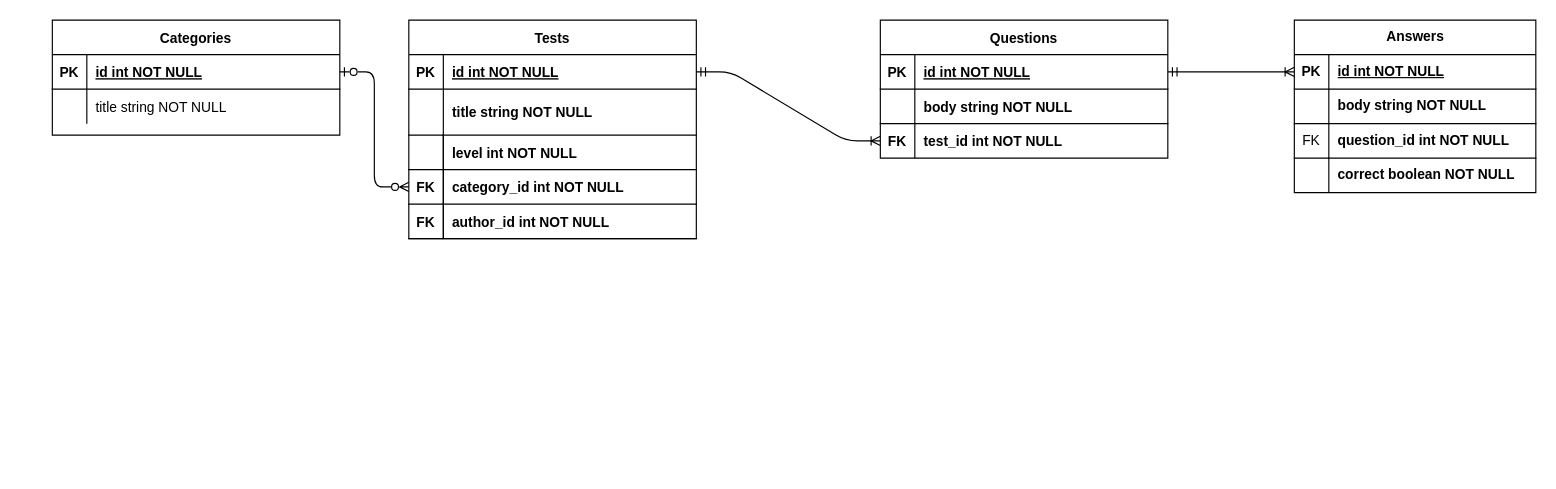
Earlier version of the draw.io diagram Диаграмма без названия.drawio (s-lexx/TestGuru). Source tidied: cells renumbered, new cells numbered last; positions are measured from the earlier drawing's top-left corner, leaving out a move shared by most shapes. Both pictures are drawn from the tidied source at 115%, with x=0, y=0 at pixel (52, 20).
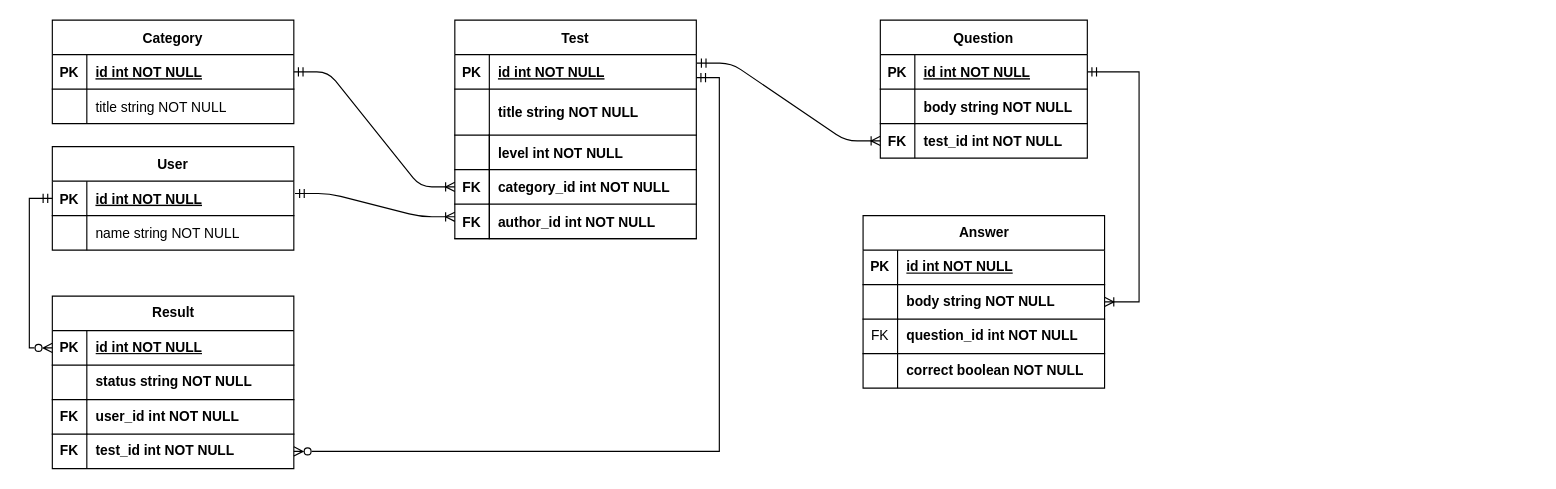
Above is the later version.

Unchanged cells that the change refers to:
```xml
<mxCell id="38" style="shape=tableRow;horizontal=0;startSize=0;swimlaneHead=0;swimlaneBody=0;fillColor=none;points=[[0,0.5],[1,0.5]];portConstraint=eastwest;top=0;left=0;right=0;bottom=1;" parent="37" vertex="1">
  <mxGeometry y="30" width="210" height="30" as="geometry" />
</mxCell>
<mxCell id="41" style="shape=tableRow;horizontal=0;startSize=0;swimlaneHead=0;swimlaneBody=0;fillColor=none;points=[[0,0.5],[1,0.5]];portConstraint=eastwest;top=0;left=0;right=0;bottom=0;" parent="37" vertex="1">
  <mxGeometry y="60" width="210" height="30" as="geometry" />
</mxCell>
```

Change to the diagram source:
```diff
@@
-    <mxCell id="2" style="edgeStyle=entityRelationEdgeStyle;endArrow=ERzeroToMany;startArrow=ERzeroToOne;endFill=0;startFill=0;entryX=0;entryY=0.5;entryDx=0;entryDy=0;" parent="1" edge="1" source="5" target="21">
+    <mxCell id="2" style="edgeStyle=entityRelationEdgeStyle;endArrow=ERoneToMany;startArrow=ERmandOne;endFill=0;startFill=0;entryX=0;entryY=0.5;entryDx=0;entryDy=0;" parent="1" edge="1" source="5" target="21">
       <mxGeometry relative="1" as="geometry">
         <Array as="points">
           <mxPoint x="410" y="130" />
         </Array>
       </mxGeometry>
     </mxCell>
-    <mxCell id="3" style="edgeStyle=entityRelationEdgeStyle;endArrow=ERoneToMany;startArrow=ERmandOne;endFill=0;startFill=0;exitX=1;exitY=0.5;exitDx=0;exitDy=0;entryX=0;entryY=0.5;entryDx=0;entryDy=0;" parent="1" edge="1" source="12" target="34">
+    <mxCell id="3" style="edgeStyle=entityRelationEdgeStyle;endArrow=ERoneToMany;startArrow=ERmandOne;endFill=0;startFill=0;exitX=1.002;exitY=0.248;exitDx=0;exitDy=0;entryX=0;entryY=0.5;entryDx=0;entryDy=0;exitPerimeter=0;" parent="1" edge="1" source="12" target="34">
       <mxGeometry relative="1" as="geometry" />
     </mxCell>
-    <mxCell id="4" value="Categories" style="shape=table;startSize=30;childLayout=tableLayout;rowLines=0;fontStyle=1;align=center;" parent="1" vertex="1">
-      <mxGeometry width="250" height="100" as="geometry" />
+    <mxCell id="4" value="Category" style="shape=table;startSize=30;childLayout=tableLayout;rowLines=0;fontStyle=1;align=center;" parent="1" vertex="1">
+      <mxGeometry width="210" height="90" as="geometry" />
     </mxCell>
     <mxCell id="5" style="shape=partialRectangle;fillColor=none;points=[[0,0.5],[1,0.5]];portConstraint=eastwest;top=0;left=0;right=0;bottom=1;" parent="4" vertex="1">
-      <mxGeometry y="30" width="250" height="30" as="geometry" />
+      <mxGeometry y="30" width="210" height="30" as="geometry" />
     </mxCell>
@@
     <mxCell id="7" value="id int NOT NULL " style="shape=partialRectangle;overflow=hidden;fillColor=none;top=0;left=0;bottom=0;right=0;align=left;spacingLeft=6;fontStyle=5;" parent="5" vertex="1">
-      <mxGeometry x="30" width="220" height="30" as="geometry" />
+      <mxGeometry x="30" width="180" height="30" as="geometry" />
     </mxCell>
     <mxCell id="8" style="shape=partialRectangle;fillColor=none;top=0;left=0;right=0;bottom=0;" parent="4" vertex="1">
-      <mxGeometry y="60" width="250" height="30" as="geometry" />
+      <mxGeometry y="60" width="210" height="30" as="geometry" />
     </mxCell>
@@
     <mxCell id="10" value="title string NOT NULL" style="shape=partialRectangle;overflow=hidden;fillColor=none;top=0;left=0;bottom=0;right=0;align=left;spacingLeft=6;" parent="8" vertex="1">
-      <mxGeometry x="30" width="220" height="30" as="geometry" />
+      <mxGeometry x="30" width="180" height="30" as="geometry" />
     </mxCell>
-    <mxCell id="11" value="Tests" style="shape=table;startSize=30;childLayout=tableLayout;rowLines=0;fontStyle=1;align=center;swimlaneLine=1;" parent="1" vertex="1">
-      <mxGeometry x="310" width="250" height="190" as="geometry" />
+    <mxCell id="11" value="Test" style="shape=table;startSize=30;childLayout=tableLayout;rowLines=0;fontStyle=1;align=center;swimlaneLine=1;" parent="1" vertex="1">
+      <mxGeometry x="350" width="210" height="190" as="geometry" />
     </mxCell>
     <mxCell id="12" style="shape=partialRectangle;fillColor=none;points=[[0,0.5],[1,0.5]];portConstraint=eastwest;top=0;left=0;right=0;bottom=1;" parent="11" vertex="1">
-      <mxGeometry y="30" width="250" height="30" as="geometry" />
+      <mxGeometry y="30" width="210" height="30" as="geometry" />
     </mxCell>
@@
     <mxCell id="14" value="id int NOT NULL " style="shape=partialRectangle;overflow=hidden;fillColor=none;top=0;left=0;bottom=0;right=0;align=left;spacingLeft=6;fontStyle=5;" parent="12" vertex="1">
-      <mxGeometry x="30" width="220" height="30" as="geometry" />
+      <mxGeometry x="30" width="180" height="30" as="geometry" />
     </mxCell>
     <mxCell id="15" style="shape=partialRectangle;fillColor=none;top=0;left=0;right=0;bottom=0;" parent="11" vertex="1">
-      <mxGeometry y="60" width="250" height="40" as="geometry" />
+      <mxGeometry y="60" width="210" height="40" as="geometry" />
     </mxCell>
@@
     <mxCell id="17" value="title string NOT NULL" style="shape=partialRectangle;overflow=hidden;fillColor=none;top=0;left=0;bottom=1;right=0;align=left;spacingLeft=6;fontStyle=1;" parent="15" vertex="1">
-      <mxGeometry x="30" width="220" height="40" as="geometry" />
+      <mxGeometry x="30" width="180" height="40" as="geometry" />
     </mxCell>
     <mxCell id="18" style="shape=partialRectangle;fillColor=none;top=0;left=0;right=0;bottom=0;" parent="11" vertex="1">
-      <mxGeometry y="100" width="250" height="30" as="geometry" />
+      <mxGeometry y="100" width="210" height="30" as="geometry" />
     </mxCell>
@@
     <mxCell id="20" value="level int NOT NULL" style="shape=partialRectangle;overflow=hidden;fillColor=none;top=0;left=0;bottom=1;right=0;align=left;spacingLeft=6;fontStyle=1;" parent="18" vertex="1">
-      <mxGeometry x="30" width="220" height="30" as="geometry" />
+      <mxGeometry x="30" width="180" height="30" as="geometry" />
     </mxCell>
     <mxCell id="21" style="shape=partialRectangle;fillColor=none;points=[[0,0.5],[1,0.5]];portConstraint=eastwest;top=0;left=0;right=0;bottom=0;" parent="11" vertex="1">
-      <mxGeometry y="130" width="250" height="30" as="geometry" />
+      <mxGeometry y="130" width="210" height="30" as="geometry" />
     </mxCell>
@@
     <mxCell id="23" value="category_id int NOT NULL" style="shape=partialRectangle;overflow=hidden;fillColor=none;top=0;left=0;bottom=1;right=0;align=left;spacingLeft=6;fontStyle=1;" parent="21" vertex="1">
-      <mxGeometry x="30" width="220" height="30" as="geometry" />
+      <mxGeometry x="30" width="180" height="30" as="geometry" />
     </mxCell>
     <mxCell id="24" style="shape=partialRectangle;fillColor=none;top=0;left=0;right=0;bottom=0;" parent="11" vertex="1">
-      <mxGeometry y="160" width="250" height="30" as="geometry" />
+      <mxGeometry y="160" width="210" height="30" as="geometry" />
     </mxCell>
@@
     <mxCell id="26" value="author_id int NOT NULL" style="shape=partialRectangle;overflow=hidden;fillColor=none;top=0;left=0;bottom=1;right=0;align=left;spacingLeft=6;fontStyle=1;" parent="24" vertex="1">
-      <mxGeometry x="30" width="220" height="30" as="geometry" />
+      <mxGeometry x="30" width="180" height="30" as="geometry" />
     </mxCell>
-    <mxCell id="27" value="Questions" style="shape=table;startSize=30;childLayout=tableLayout;rowLines=0;fontStyle=1;align=center;" parent="1" vertex="1">
-      <mxGeometry x="720" width="250" height="120" as="geometry" />
+    <mxCell id="27" value="Question" style="shape=table;startSize=30;childLayout=tableLayout;rowLines=0;fontStyle=1;align=center;" parent="1" vertex="1">
+      <mxGeometry x="720" width="180" height="120" as="geometry" />
     </mxCell>
     <mxCell id="28" style="shape=partialRectangle;fillColor=none;points=[[0,0.5],[1,0.5]];portConstraint=eastwest;top=0;left=0;right=0;bottom=1;" parent="27" vertex="1">
-      <mxGeometry y="30" width="250" height="30" as="geometry" />
+      <mxGeometry y="30" width="180" height="30" as="geometry" />
     </mxCell>
@@
     <mxCell id="30" value="id int NOT NULL " style="shape=partialRectangle;overflow=hidden;fillColor=none;top=0;left=0;bottom=0;right=0;align=left;spacingLeft=6;fontStyle=5;" parent="28" vertex="1">
-      <mxGeometry x="30" width="220" height="30" as="geometry" />
+      <mxGeometry x="30" width="150" height="30" as="geometry" />
     </mxCell>
     <mxCell id="31" style="shape=partialRectangle;fillColor=none;top=0;left=0;right=0;bottom=0;" parent="27" vertex="1">
-      <mxGeometry y="60" width="250" height="30" as="geometry" />
+      <mxGeometry y="60" width="180" height="30" as="geometry" />
     </mxCell>
@@
     <mxCell id="33" value="body string NOT NULL" style="shape=partialRectangle;overflow=hidden;fillColor=none;top=0;left=0;bottom=1;right=0;align=left;spacingLeft=6;fontStyle=1;" parent="31" vertex="1">
-      <mxGeometry x="30" width="220" height="30" as="geometry" />
+      <mxGeometry x="30" width="150" height="30" as="geometry" />
     </mxCell>
     <mxCell id="34" style="shape=partialRectangle;fillColor=none;points=[[0,0.5],[1,0.5]];portConstraint=eastwest;top=0;left=0;right=0;bottom=0;" parent="27" vertex="1">
-      <mxGeometry y="90" width="250" height="30" as="geometry" />
+      <mxGeometry y="90" width="180" height="30" as="geometry" />
     </mxCell>
@@
     <mxCell id="36" value="test_id int NOT NULL" style="shape=partialRectangle;overflow=hidden;fillColor=none;top=0;left=0;bottom=0;right=0;align=left;spacingLeft=6;fontStyle=1;" parent="34" vertex="1">
-      <mxGeometry x="30" width="220" height="30" as="geometry" />
+      <mxGeometry x="30" width="150" height="30" as="geometry" />
     </mxCell>
-    <mxCell id="37" value="Answers" style="shape=table;startSize=30;childLayout=tableLayout;rowLines=0;fontStyle=1;align=center;html=1;" parent="1" vertex="1">
-      <mxGeometry x="1080" width="210" height="150" as="geometry" />
+    <mxCell id="37" value="Answer" style="shape=table;startSize=30;childLayout=tableLayout;rowLines=0;fontStyle=1;align=center;html=1;" parent="1" vertex="1">
+      <mxGeometry x="705" y="170" width="210" height="150" as="geometry" />
     </mxCell>
@@
-    <mxCell id="50" style="edgeStyle=entityRelationEdgeStyle;fontSize=12;html=1;endArrow=ERoneToMany;rounded=0;exitX=1;exitY=0.5;exitDx=0;exitDy=0;entryX=0;entryY=0.5;entryDx=0;entryDy=0;startArrow=ERmandOne;startFill=0;" parent="1" edge="1" source="28" target="38">
+    <mxCell id="50" style="edgeStyle=entityRelationEdgeStyle;fontSize=12;html=1;endArrow=ERoneToMany;rounded=0;exitX=1;exitY=0.5;exitDx=0;exitDy=0;startArrow=ERmandOne;startFill=0;" parent="1" edge="1" source="28" target="41">
       <mxGeometry relative="1" as="geometry">
         <Array as="points">
           <mxPoint x="920" y="380" />
           <mxPoint x="500" y="240" />
         </Array>
       </mxGeometry>
     </mxCell>
+    <mxCell id="51" value="User" style="shape=table;startSize=30;childLayout=tableLayout;rowLines=0;fontStyle=1;align=center;" parent="1" vertex="1">
+      <mxGeometry y="110" width="210" height="90" as="geometry" />
+    </mxCell>
+    <mxCell id="52" style="shape=partialRectangle;fillColor=none;points=[[0,0.5],[1,0.5]];portConstraint=eastwest;top=0;left=0;right=0;bottom=1;" parent="51" vertex="1">
+      <mxGeometry y="30" width="210" height="30" as="geometry" />
+    </mxCell>
+    <mxCell id="53" value="PK" style="shape=partialRectangle;overflow=hidden;fillColor=none;top=0;left=0;bottom=0;right=0;fontStyle=1;" parent="52" vertex="1">
+      <mxGeometry width="30" height="30" as="geometry" />
+    </mxCell>
+    <mxCell id="54" value="id int NOT NULL " style="shape=partialRectangle;overflow=hidden;fillColor=none;top=0;left=0;bottom=0;right=0;align=left;spacingLeft=6;fontStyle=5;" parent="52" vertex="1">
+      <mxGeometry x="30" width="180" height="30" as="geometry" />
+    </mxCell>
+    <mxCell id="55" style="shape=partialRectangle;fillColor=none;top=0;left=0;right=0;bottom=0;" parent="51" vertex="1">
+      <mxGeometry y="60" width="210" height="30" as="geometry" />
+    </mxCell>
+    <mxCell id="56" style="shape=partialRectangle;overflow=hidden;fillColor=none;top=0;left=0;bottom=0;right=0;" parent="55" vertex="1">
+      <mxGeometry width="30" height="30" as="geometry" />
+    </mxCell>
+    <mxCell id="57" value="name string NOT NULL" style="shape=partialRectangle;overflow=hidden;fillColor=none;top=0;left=0;bottom=0;right=0;align=left;spacingLeft=6;" parent="55" vertex="1">
+      <mxGeometry x="30" width="180" height="30" as="geometry" />
+    </mxCell>
+    <mxCell id="58" style="edgeStyle=entityRelationEdgeStyle;endArrow=ERoneToMany;startArrow=ERmandOne;endFill=0;startFill=0;entryX=0;entryY=0.5;entryDx=0;entryDy=0;exitX=1.005;exitY=0.359;exitDx=0;exitDy=0;exitPerimeter=0;" parent="1" edge="1" source="52">
+      <mxGeometry relative="1" as="geometry">
+        <mxPoint x="350" y="171" as="targetPoint" />
+        <Array as="points">
+          <mxPoint x="410" y="261" />
+        </Array>
+      </mxGeometry>
+    </mxCell>
+    <mxCell id="59" value="Result" style="shape=table;startSize=30;childLayout=tableLayout;rowLines=0;fontStyle=1;align=center;html=1;" parent="1" vertex="1">
+      <mxGeometry y="240" width="210" height="150" as="geometry" />
+    </mxCell>
+    <mxCell id="60" style="shape=tableRow;horizontal=0;startSize=0;swimlaneHead=0;swimlaneBody=0;fillColor=none;points=[[0,0.5],[1,0.5]];portConstraint=eastwest;top=0;left=0;right=0;bottom=1;" parent="59" vertex="1">
+      <mxGeometry y="30" width="210" height="30" as="geometry" />
+    </mxCell>
+    <mxCell id="61" value="PK" style="shape=partialRectangle;fillColor=none;top=0;left=0;bottom=0;right=0;fontStyle=1;overflow=hidden;whiteSpace=wrap;html=1;" parent="60" vertex="1">
+      <mxGeometry width="30" height="30" as="geometry" />
+    </mxCell>
+    <mxCell id="62" value="id int NOT NULL" style="shape=partialRectangle;fillColor=none;top=0;left=0;bottom=0;right=0;align=left;spacingLeft=6;fontStyle=5;overflow=hidden;whiteSpace=wrap;html=1;" parent="60" vertex="1">
+      <mxGeometry x="30" width="180" height="30" as="geometry" />
+    </mxCell>
+    <mxCell id="63" style="shape=tableRow;horizontal=0;startSize=0;swimlaneHead=0;swimlaneBody=0;fillColor=none;top=0;left=0;right=0;bottom=0;" parent="59" vertex="1">
+      <mxGeometry y="60" width="210" height="30" as="geometry" />
+    </mxCell>
+    <mxCell id="64" style="shape=partialRectangle;fillColor=none;top=0;left=0;bottom=0;right=0;overflow=hidden;whiteSpace=wrap;html=1;" parent="63" vertex="1">
+      <mxGeometry width="30" height="30" as="geometry" />
+    </mxCell>
+    <mxCell id="65" value="status string NOT NULL" style="shape=partialRectangle;fillColor=none;top=0;left=0;bottom=0;right=0;align=left;spacingLeft=6;overflow=hidden;whiteSpace=wrap;html=1;fontStyle=1;" parent="63" vertex="1">
+      <mxGeometry x="30" width="180" height="30" as="geometry" />
+    </mxCell>
+    <mxCell id="66" style="shape=tableRow;horizontal=0;startSize=0;swimlaneHead=0;swimlaneBody=0;fillColor=none;top=0;left=0;right=0;bottom=0;" parent="59" vertex="1">
+      <mxGeometry y="90" width="210" height="30" as="geometry" />
+    </mxCell>
+    <mxCell id="67" value="&lt;b&gt;FK&lt;/b&gt;" style="shape=partialRectangle;fillColor=none;top=1;left=0;bottom=0;right=0;overflow=hidden;whiteSpace=wrap;html=1;shadow=0;" parent="66" vertex="1">
+      <mxGeometry width="30" height="30" as="geometry" />
+    </mxCell>
+    <mxCell id="68" value="user_id int NOT NULL" style="shape=partialRectangle;fillColor=none;top=1;left=0;bottom=0;right=0;align=left;spacingLeft=6;overflow=hidden;whiteSpace=wrap;html=1;fontStyle=1;" parent="66" vertex="1">
+      <mxGeometry x="30" width="180" height="30" as="geometry" />
+    </mxCell>
+    <mxCell id="69" style="shape=tableRow;horizontal=0;startSize=0;swimlaneHead=0;swimlaneBody=0;fillColor=none;points=[[0,0.5],[1,0.5]];portConstraint=eastwest;top=0;left=0;right=0;bottom=0;" parent="59" vertex="1">
+      <mxGeometry y="120" width="210" height="30" as="geometry" />
+    </mxCell>
+    <mxCell id="70" value="FK" style="shape=partialRectangle;fillColor=none;top=1;left=0;bottom=0;right=0;overflow=hidden;whiteSpace=wrap;html=1;fontStyle=1;" parent="69" vertex="1">
+      <mxGeometry width="30" height="30" as="geometry" />
+    </mxCell>
+    <mxCell id="71" value="test_id int NOT NULL" style="shape=partialRectangle;fillColor=none;top=1;left=0;bottom=0;right=0;align=left;spacingLeft=6;overflow=hidden;whiteSpace=wrap;html=1;fontStyle=1;" parent="69" vertex="1">
+      <mxGeometry x="30" width="180" height="30" as="geometry" />
+    </mxCell>
+    <mxCell id="72" style="edgeStyle=elbowEdgeStyle;fontSize=12;html=1;endArrow=ERmandOne;startArrow=ERzeroToMany;rounded=0;exitX=1;exitY=0.5;exitDx=0;exitDy=0;endFill=0;startFill=0;entryX=1;entryY=0.667;entryDx=0;entryDy=0;entryPerimeter=0;" parent="1" edge="1" source="69" target="12">
+      <mxGeometry relative="1" as="geometry">
+        <Array as="points">
+          <mxPoint x="580" y="210" />
+        </Array>
+      </mxGeometry>
+    </mxCell>
+    <mxCell id="73" style="edgeStyle=orthogonalEdgeStyle;fontSize=12;html=1;endArrow=ERzeroToMany;rounded=0;exitX=0;exitY=0.5;exitDx=0;exitDy=0;startArrow=ERmandOne;startFill=0;entryX=0;entryY=0.5;entryDx=0;entryDy=0;endFill=0;" parent="1" edge="1" source="52" target="60">
+      <mxGeometry relative="1" as="geometry">
+        <Array as="points">
+          <mxPoint x="-20" y="155" />
+          <mxPoint x="-20" y="285" />
+        </Array>
+      </mxGeometry>
+    </mxCell>
```
